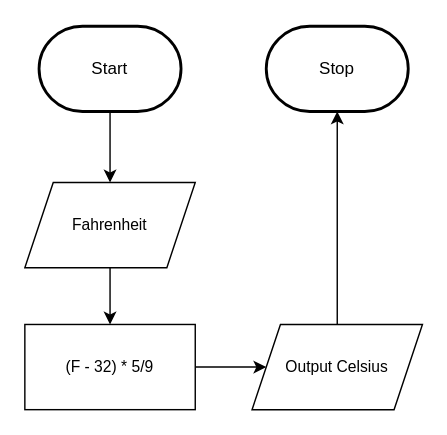
This is design/flowchart.drawio from MTHS-ICS2O-2-2022/ICS2O-Unit-3-04-Mohamad-Tanbari, a draw.io file, before an edit. Source tidied: cells renumbered, new cells numbered last; positions are measured from the earlier drawing's top-left corner, leaving out a move shared by most shapes. Both pictures are drawn from the tidied source at 142%, with x=0, y=0 at pixel (24, 26).
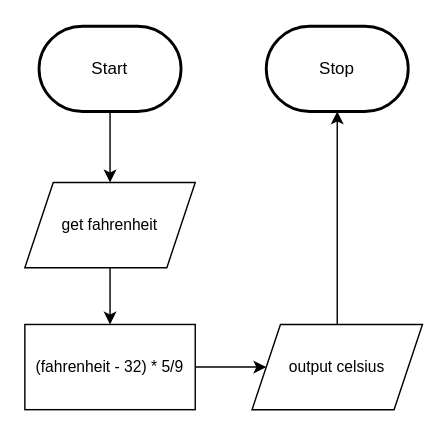
The same page after the edit.

What changed in the source:
```diff
@@
 <mxGraphModel>
   <root>
     <mxCell id="0" />
     <mxCell id="1" parent="0" />
     <mxCell id="2" style="edgeStyle=orthogonalEdgeStyle;shape=connector;rounded=0;html=1;entryX=0.5;entryY=0;entryDx=0;entryDy=0;labelBackgroundColor=default;strokeColor=default;fontFamily=Helvetica;fontSize=11;fontColor=default;endArrow=classic;" parent="1" edge="1" source="3" target="6">
       <mxGeometry relative="1" as="geometry" />
     </mxCell>
     <mxCell id="3" value="Start" style="strokeWidth=2;html=1;shape=mxgraph.flowchart.terminator;whiteSpace=wrap;" parent="1" vertex="1">
       <mxGeometry x="10" width="100" height="60" as="geometry" />
     </mxCell>
     <mxCell id="4" value="Stop" style="strokeWidth=2;html=1;shape=mxgraph.flowchart.terminator;whiteSpace=wrap;" parent="1" vertex="1">
       <mxGeometry x="170" width="100" height="60" as="geometry" />
     </mxCell>
     <mxCell id="5" style="edgeStyle=orthogonalEdgeStyle;shape=connector;rounded=0;html=1;labelBackgroundColor=default;strokeColor=default;fontFamily=Helvetica;fontSize=11;fontColor=default;endArrow=classic;" parent="1" edge="1" source="6">
       <mxGeometry relative="1" as="geometry">
         <mxPoint x="60" y="210" as="targetPoint" />
       </mxGeometry>
     </mxCell>
-    <mxCell id="6" value="Fahrenheit" style="shape=parallelogram;perimeter=parallelogramPerimeter;whiteSpace=wrap;html=1;fixedSize=1;fontFamily=Helvetica;fontSize=11;fontColor=default;" parent="1" vertex="1">
+    <mxCell id="6" value="get fahrenheit" style="shape=parallelogram;perimeter=parallelogramPerimeter;whiteSpace=wrap;html=1;fixedSize=1;fontFamily=Helvetica;fontSize=11;fontColor=default;" parent="1" vertex="1">
       <mxGeometry y="110" width="120" height="60" as="geometry" />
     </mxCell>
     <mxCell id="7" style="edgeStyle=orthogonalEdgeStyle;shape=connector;rounded=0;html=1;labelBackgroundColor=default;strokeColor=default;fontFamily=Helvetica;fontSize=11;fontColor=default;endArrow=classic;" parent="1" edge="1" source="8" target="10">
       <mxGeometry relative="1" as="geometry" />
     </mxCell>
-    <mxCell id="8" value="(F - 32) * 5/9" style="rounded=0;whiteSpace=wrap;html=1;fontFamily=Helvetica;fontSize=11;fontColor=default;" parent="1" vertex="1">
+    <mxCell id="8" value="(fahrenheit - 32) * 5/9" style="rounded=0;whiteSpace=wrap;html=1;fontFamily=Helvetica;fontSize=11;fontColor=default;" parent="1" vertex="1">
       <mxGeometry y="210" width="120" height="60" as="geometry" />
     </mxCell>
     <mxCell id="9" style="edgeStyle=orthogonalEdgeStyle;shape=connector;rounded=0;html=1;labelBackgroundColor=default;strokeColor=default;fontFamily=Helvetica;fontSize=11;fontColor=default;endArrow=classic;entryX=0.5;entryY=1;entryDx=0;entryDy=0;entryPerimeter=0;" parent="1" edge="1" source="10" target="4">
       <mxGeometry relative="1" as="geometry" />
     </mxCell>
-    <mxCell id="10" value="Output Celsius" style="shape=parallelogram;perimeter=parallelogramPerimeter;whiteSpace=wrap;html=1;fixedSize=1;fontFamily=Helvetica;fontSize=11;fontColor=default;" parent="1" vertex="1">
+    <mxCell id="10" value="output celsius" style="shape=parallelogram;perimeter=parallelogramPerimeter;whiteSpace=wrap;html=1;fixedSize=1;fontFamily=Helvetica;fontSize=11;fontColor=default;" parent="1" vertex="1">
       <mxGeometry x="160" y="210" width="120" height="60" as="geometry" />
     </mxCell>
   </root>
 </mxGraphModel>
```
